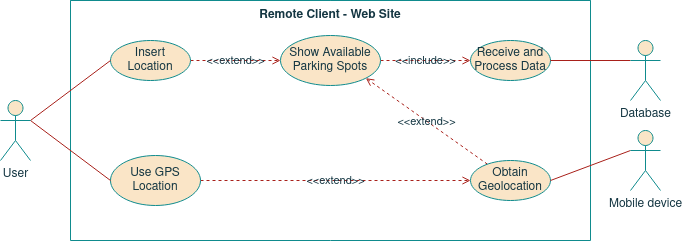
Before: project/report/images/06remote_system/WebSite_UseCases.png, a diagram exported from draw.io (ESRGgroup9/slipad). Source tidied: cells renumbered, new cells last; positions are measured from the earlier drawing's top-left corner, leaving out a move shared by most shapes. The source it was exported from:
```xml
<mxGraphModel>
  <root>
    <mxCell id="0" />
    <mxCell id="1" parent="0" />
    <mxCell id="2" value="Remote Client - Web Site " style="swimlane;startSize=0;verticalAlign=top;fillColor=#FAE5C7;strokeColor=#0F8B8D;fontColor=#143642;" parent="1" vertex="1">
      <mxGeometry x="70" width="520" height="240" as="geometry" />
    </mxCell>
    <mxCell id="3" value="&amp;lt;&amp;lt;extend&amp;gt;&amp;gt;" style="edgeStyle=none;rounded=0;jettySize=auto;html=1;entryX=0;entryY=0.5;entryDx=0;entryDy=0;dashed=1;endArrow=open;endFill=0;labelBackgroundColor=none;strokeColor=#A8201A;fontColor=#143642;" parent="2" edge="1" source="4" target="9">
      <mxGeometry relative="1" as="geometry" />
    </mxCell>
    <mxCell id="4" value="Insert Location" style="ellipse;whiteSpace=wrap;html=1;fillColor=#FAE5C7;strokeColor=#0F8B8D;fontColor=#143642;" parent="2" vertex="1">
      <mxGeometry x="40" y="40" width="80" height="40" as="geometry" />
    </mxCell>
    <mxCell id="5" value="&amp;lt;&amp;lt;extend&amp;gt;&amp;gt;" style="edgeStyle=none;rounded=0;jettySize=auto;html=1;entryX=1;entryY=1;entryDx=0;entryDy=0;dashed=1;endArrow=open;endFill=0;labelBackgroundColor=none;strokeColor=#A8201A;fontColor=#143642;" parent="2" edge="1" source="6" target="9">
      <mxGeometry relative="1" as="geometry" />
    </mxCell>
    <mxCell id="6" value="Obtain Geolocation" style="ellipse;whiteSpace=wrap;html=1;fillColor=#FAE5C7;strokeColor=#0F8B8D;fontColor=#143642;" parent="2" vertex="1">
      <mxGeometry x="400" y="160" width="80" height="40" as="geometry" />
    </mxCell>
    <mxCell id="7" value="Receive and Process Data" style="ellipse;whiteSpace=wrap;html=1;fillColor=#FAE5C7;strokeColor=#0F8B8D;fontColor=#143642;" parent="2" vertex="1">
      <mxGeometry x="400" y="40" width="80" height="40" as="geometry" />
    </mxCell>
    <mxCell id="8" value="&amp;lt;&amp;lt;include&amp;gt;&amp;gt;" style="edgeStyle=none;rounded=0;jettySize=auto;html=1;entryX=0;entryY=0.5;entryDx=0;entryDy=0;dashed=1;endArrow=open;endFill=0;labelBackgroundColor=none;strokeColor=#A8201A;fontColor=#143642;" parent="2" edge="1" source="9" target="7">
      <mxGeometry relative="1" as="geometry" />
    </mxCell>
    <mxCell id="9" value="Show Available Parking Spots" style="ellipse;whiteSpace=wrap;html=1;fillColor=#FAE5C7;strokeColor=#0F8B8D;fontColor=#143642;" parent="2" vertex="1">
      <mxGeometry x="210" y="35" width="100" height="50" as="geometry" />
    </mxCell>
    <mxCell id="10" value="&amp;lt;&amp;lt;extend&amp;gt;&amp;gt;" style="edgeStyle=none;rounded=0;jettySize=auto;html=1;entryX=0;entryY=0.5;entryDx=0;entryDy=0;dashed=1;endArrow=open;endFill=0;labelBackgroundColor=none;strokeColor=#A8201A;fontColor=#143642;" parent="2" edge="1" source="11" target="6">
      <mxGeometry relative="1" as="geometry" />
    </mxCell>
    <mxCell id="11" value="Use GPS Location" style="ellipse;whiteSpace=wrap;html=1;fillColor=#FAE5C7;strokeColor=#0F8B8D;fontColor=#143642;" parent="2" vertex="1">
      <mxGeometry x="40" y="155" width="90" height="50" as="geometry" />
    </mxCell>
    <mxCell id="12" style="edgeStyle=none;rounded=0;jettySize=auto;html=1;exitX=0;exitY=0.3333333333333333;exitDx=0;exitDy=0;exitPerimeter=0;entryX=1;entryY=0.5;entryDx=0;entryDy=0;endArrow=none;endFill=0;labelBackgroundColor=#DAD2D8;strokeColor=#A8201A;fontColor=#143642;" parent="1" edge="1" source="13" target="6">
      <mxGeometry relative="1" as="geometry" />
    </mxCell>
    <mxCell id="13" value="Mobile device" style="shape=umlActor;verticalLabelPosition=bottom;verticalAlign=top;html=1;outlineConnect=0;fillColor=#FAE5C7;strokeColor=#0F8B8D;fontColor=#143642;" parent="1" vertex="1">
      <mxGeometry x="630" y="130" width="30" height="60" as="geometry" />
    </mxCell>
    <mxCell id="14" style="edgeStyle=none;rounded=0;jettySize=auto;html=1;exitX=1;exitY=0.3333333333333333;exitDx=0;exitDy=0;exitPerimeter=0;entryX=0;entryY=0.5;entryDx=0;entryDy=0;endArrow=none;endFill=0;labelBackgroundColor=#DAD2D8;strokeColor=#A8201A;fontColor=#143642;" parent="1" edge="1" source="16" target="4">
      <mxGeometry relative="1" as="geometry" />
    </mxCell>
    <mxCell id="15" style="edgeStyle=none;rounded=0;jettySize=auto;html=1;entryX=0;entryY=0.5;entryDx=0;entryDy=0;exitX=1;exitY=0.3333333333333333;exitDx=0;exitDy=0;exitPerimeter=0;endArrow=none;endFill=0;labelBackgroundColor=#DAD2D8;strokeColor=#A8201A;fontColor=#143642;" parent="1" edge="1" source="16" target="11">
      <mxGeometry relative="1" as="geometry" />
    </mxCell>
    <mxCell id="16" value="User" style="shape=umlActor;verticalLabelPosition=bottom;verticalAlign=top;html=1;outlineConnect=0;fillColor=#FAE5C7;strokeColor=#0F8B8D;fontColor=#143642;" parent="1" vertex="1">
      <mxGeometry y="100" width="30" height="60" as="geometry" />
    </mxCell>
    <mxCell id="17" style="edgeStyle=none;rounded=0;jettySize=auto;html=1;exitX=0;exitY=0.3333333333333333;exitDx=0;exitDy=0;exitPerimeter=0;entryX=1;entryY=0.5;entryDx=0;entryDy=0;endArrow=none;endFill=0;labelBackgroundColor=#DAD2D8;strokeColor=#A8201A;fontColor=#143642;" parent="1" edge="1" source="18" target="7">
      <mxGeometry relative="1" as="geometry" />
    </mxCell>
    <mxCell id="18" value="Database" style="shape=umlActor;verticalLabelPosition=bottom;verticalAlign=top;html=1;outlineConnect=0;fillColor=#FAE5C7;strokeColor=#0F8B8D;fontColor=#143642;" parent="1" vertex="1">
      <mxGeometry x="630" y="40" width="30" height="60" as="geometry" />
    </mxCell>
  </root>
</mxGraphModel>
```
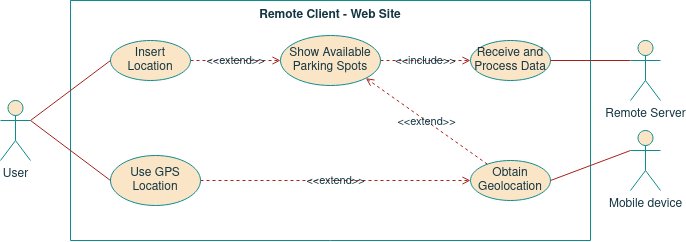
The same diagram one commit later.

Change to the diagram source:
```diff
@@ -50,7 +50,7 @@
     <mxCell id="17" style="edgeStyle=none;rounded=0;jettySize=auto;html=1;exitX=0;exitY=0.3333333333333333;exitDx=0;exitDy=0;exitPerimeter=0;entryX=1;entryY=0.5;entryDx=0;entryDy=0;endArrow=none;endFill=0;labelBackgroundColor=#DAD2D8;strokeColor=#A8201A;fontColor=#143642;" parent="1" edge="1" source="18" target="7">
       <mxGeometry relative="1" as="geometry" />
     </mxCell>
-    <mxCell id="18" value="Database" style="shape=umlActor;verticalLabelPosition=bottom;verticalAlign=top;html=1;outlineConnect=0;fillColor=#FAE5C7;strokeColor=#0F8B8D;fontColor=#143642;" parent="1" vertex="1">
+    <mxCell id="18" value="Remote Server" style="shape=umlActor;verticalLabelPosition=bottom;verticalAlign=top;html=1;outlineConnect=0;fillColor=#FAE5C7;strokeColor=#0F8B8D;fontColor=#143642;" parent="1" vertex="1">
       <mxGeometry x="630" y="40" width="30" height="60" as="geometry" />
     </mxCell>
   </root>
```
